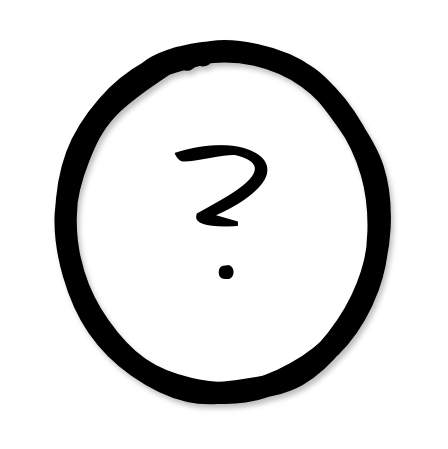
The draw.io diagram page "10" (2 of 10) of src/pam.drawio in pegandoasmanhas/pam, before the edit. Source tidied: cells renumbered, new cells numbered last; positions are measured from the earlier drawing's top-left corner, leaving out a move shared by most shapes. Both pictures are drawn from the tidied source at 137%, with x=0, y=0 at pixel (58, 58).
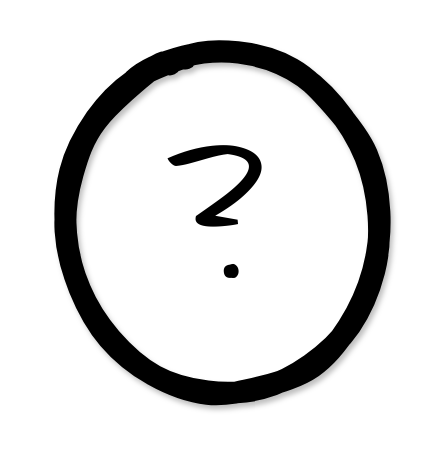
The same diagram, later.

The edit, as a diff of the source:
```diff
@@
 <mxGraphModel>
   <root>
     <mxCell id="0" />
     <mxCell id="1" parent="0" />
-    <mxCell id="2" value="&lt;font style=&quot;font-size: 142px&quot;&gt;?&lt;/font&gt;" style="ellipse;whiteSpace=wrap;html=1;sketch=1;fontFamily=Comic Sans MS;fontSize=122;strokeWidth=16;fillStyle=auto;fillColor=none;shadow=1;" parent="1" vertex="1">
+    <mxCell id="2" value="&lt;font style=&quot;font-size: 142px&quot;&gt;?&lt;/font&gt;" style="ellipse;whiteSpace=wrap;html=1;sketch=1;fontFamily=Comic Sans MS;fontSize=122;strokeWidth=16;fillStyle=auto;fillColor=none;shadow=1;rotation=354;" parent="1" vertex="1">
       <mxGeometry width="240" height="240" as="geometry" />
     </mxCell>
   </root>
 </mxGraphModel>
```
